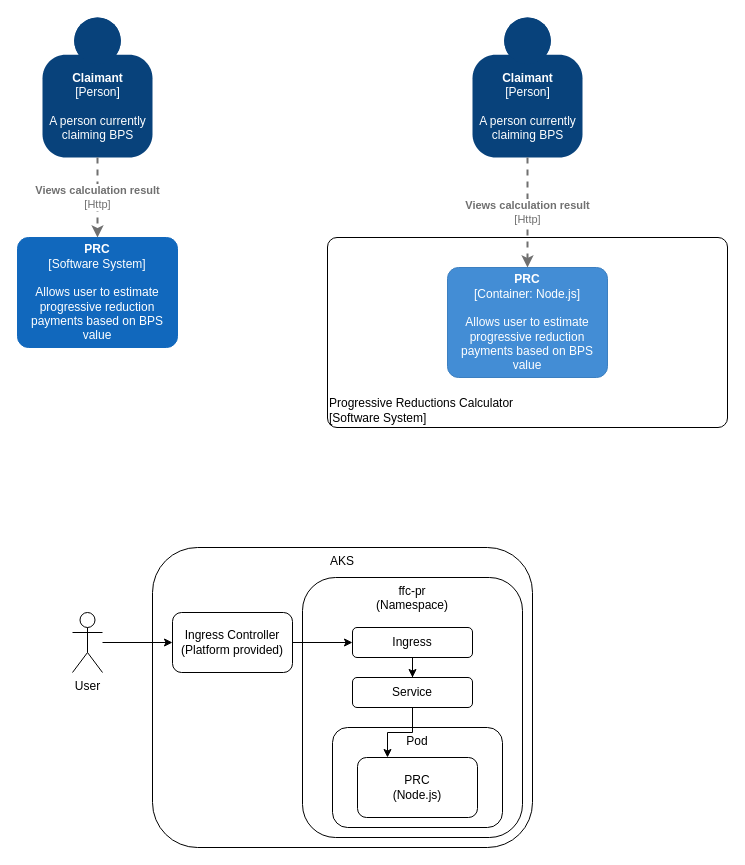
Before: pr-calculator.drawio in johnwatson484/diagrams, a draw.io diagram. Source tidied: cells renumbered, new cells numbered last; positions are measured from the earlier drawing's top-left corner, leaving out a move shared by most shapes. Both pictures are drawn from the tidied source at 100%, with x=0, y=0 at pixel (17, 17).
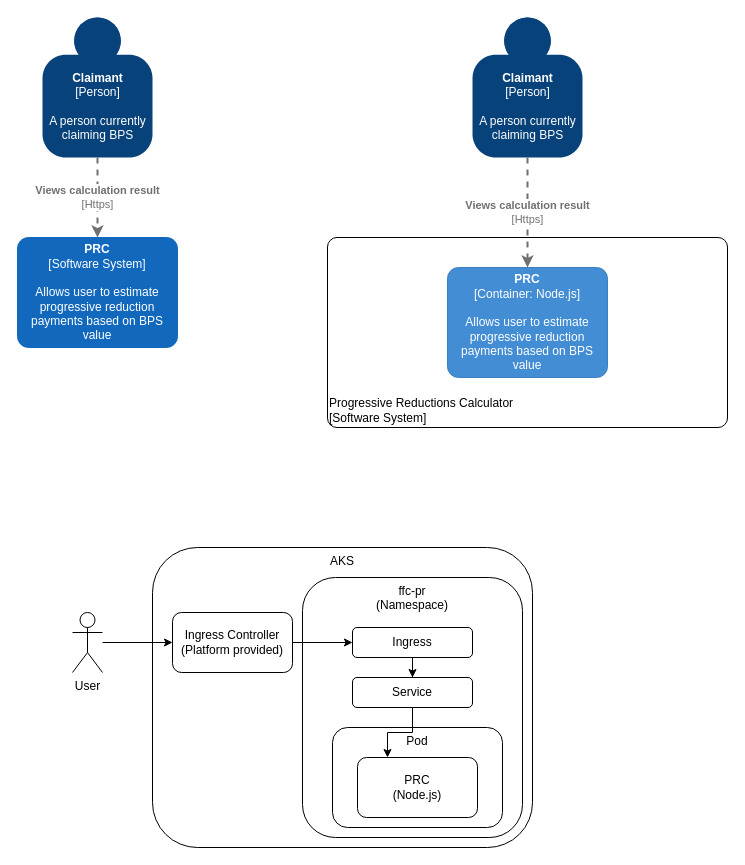
The same diagram, later.

The change refers to these unchanged cells:
```xml
<object id="2" label="&lt;b&gt;%c4Name%&lt;/b&gt;&lt;div&gt;[%c4Type%]&lt;/div&gt;&lt;br&gt;&lt;div&gt;%c4Description%&lt;/div&gt;" c4Description="A person currently &#10;claiming BPS" c4Name="Claimant" c4Type="Person" placeholders="1">
  <mxCell style="html=1;dashed=0;whitespace=wrap;fillColor=#08427b;strokeColor=none;fontColor=#ffffff;shape=mxgraph.c4.person;align=center;points=[[0.5,0,0],[1,0.5,0],[1,0.75,0],[0.75,1,0],[0.5,1,0],[0.25,1,0],[0,0.75,0],[0,0.5,0]];metaData={&quot;c4Type&quot;:{&quot;editable&quot;:false}};" parent="1" vertex="1">
    <mxGeometry x="25" width="110" height="140" as="geometry" />
  </mxCell>
</object>
<object id="3" label="&lt;b&gt;%c4Name%&lt;/b&gt;&lt;div&gt;[%c4Type%]&lt;/div&gt;&lt;br&gt;&lt;div&gt;%c4Description%&lt;/div&gt;" c4Description="Allows user to estimate&#10;progressive reduction &#10;payments based on BPS&#10;value" c4Name="PRC" c4Type="Software System" placeholders="1">
  <mxCell style="rounded=1;whiteSpace=wrap;html=1;labelBackgroundColor=none;fillColor=#1168BD;fontColor=#ffffff;align=center;arcSize=10;strokeColor=#1168BD;metaData={&quot;c4Type&quot;:{&quot;editable&quot;:false}};points=[[0.25,0,0],[0.5,0,0],[0.75,0,0],[1,0.25,0],[1,0.5,0],[1,0.75,0],[0.75,1,0],[0.5,1,0],[0.25,1,0],[0,0.75,0],[0,0.5,0],[0,0.25,0]];" parent="1" vertex="1">
    <mxGeometry y="220" width="160" height="110" as="geometry" />
  </mxCell>
</object>
<object id="5" label="&lt;b&gt;%c4Name%&lt;/b&gt;&lt;div&gt;[%c4Type%]&lt;/div&gt;&lt;br&gt;&lt;div&gt;%c4Description%&lt;/div&gt;" c4Description="A person currently &#10;claiming BPS" c4Name="Claimant" c4Type="Person" placeholders="1">
  <mxCell style="html=1;dashed=0;whitespace=wrap;fillColor=#08427b;strokeColor=none;fontColor=#ffffff;shape=mxgraph.c4.person;align=center;points=[[0.5,0,0],[1,0.5,0],[1,0.75,0],[0.75,1,0],[0.5,1,0],[0.25,1,0],[0,0.75,0],[0,0.5,0]];metaData={&quot;c4Type&quot;:{&quot;editable&quot;:false}};" parent="1" vertex="1">
    <mxGeometry x="455" width="110" height="140" as="geometry" />
  </mxCell>
</object>
```

Change to the diagram source:
```diff
@@
-    <object id="4" label="&lt;div style=&quot;text-align: left&quot;&gt;&lt;div style=&quot;text-align: center&quot;&gt;&lt;b&gt;%c4Description%&lt;/b&gt;&lt;/div&gt;&lt;div style=&quot;text-align: center&quot;&gt;[%c4Technology%]&lt;/div&gt;&lt;/div&gt;" c4Description="Views calculation result" c4Technology="Http" placeholders="1">
+    <object id="4" label="&lt;div style=&quot;text-align: left&quot;&gt;&lt;div style=&quot;text-align: center&quot;&gt;&lt;b&gt;%c4Description%&lt;/b&gt;&lt;/div&gt;&lt;div style=&quot;text-align: center&quot;&gt;[%c4Technology%]&lt;/div&gt;&lt;/div&gt;" c4Description="Views calculation result" c4Technology="Https" placeholders="1">
       <mxCell style="edgeStyle=none;rounded=0;html=1;jettySize=auto;strokeColor=#707070;strokeWidth=2;fontColor=#707070;jumpStyle=none;dashed=1;metaData={&quot;c4Type&quot;:{&quot;editable&quot;:false}};exitX=0.5;exitY=1;exitDx=0;exitDy=0;exitPerimeter=0;" parent="1" edge="1" source="2" target="3">
         <mxGeometry relative="1" as="geometry" />
       </mxCell>
     </object>
@@
-    <object id="8" label="&lt;div style=&quot;text-align: left&quot;&gt;&lt;div style=&quot;text-align: center&quot;&gt;&lt;b&gt;%c4Description%&lt;/b&gt;&lt;/div&gt;&lt;div style=&quot;text-align: center&quot;&gt;[%c4Technology%]&lt;/div&gt;&lt;/div&gt;" c4Description="Views calculation result" c4Technology="Http" placeholders="1">
+    <object id="8" label="&lt;div style=&quot;text-align: left&quot;&gt;&lt;div style=&quot;text-align: center&quot;&gt;&lt;b&gt;%c4Description%&lt;/b&gt;&lt;/div&gt;&lt;div style=&quot;text-align: center&quot;&gt;[%c4Technology%]&lt;/div&gt;&lt;/div&gt;" c4Description="Views calculation result" c4Technology="Https" placeholders="1">
       <mxCell style="edgeStyle=none;rounded=0;html=1;jettySize=auto;strokeColor=#707070;strokeWidth=2;fontColor=#707070;jumpStyle=none;dashed=1;metaData={&quot;c4Type&quot;:{&quot;editable&quot;:false}};exitX=0.5;exitY=1;exitDx=0;exitDy=0;exitPerimeter=0;entryX=0.5;entryY=0;entryDx=0;entryDy=0;entryPerimeter=0;" parent="1" edge="1" source="5">
         <mxGeometry relative="1" as="geometry">
           <mxPoint x="510" y="250" as="targetPoint" />
         </mxGeometry>
       </mxCell>
     </object>
```
